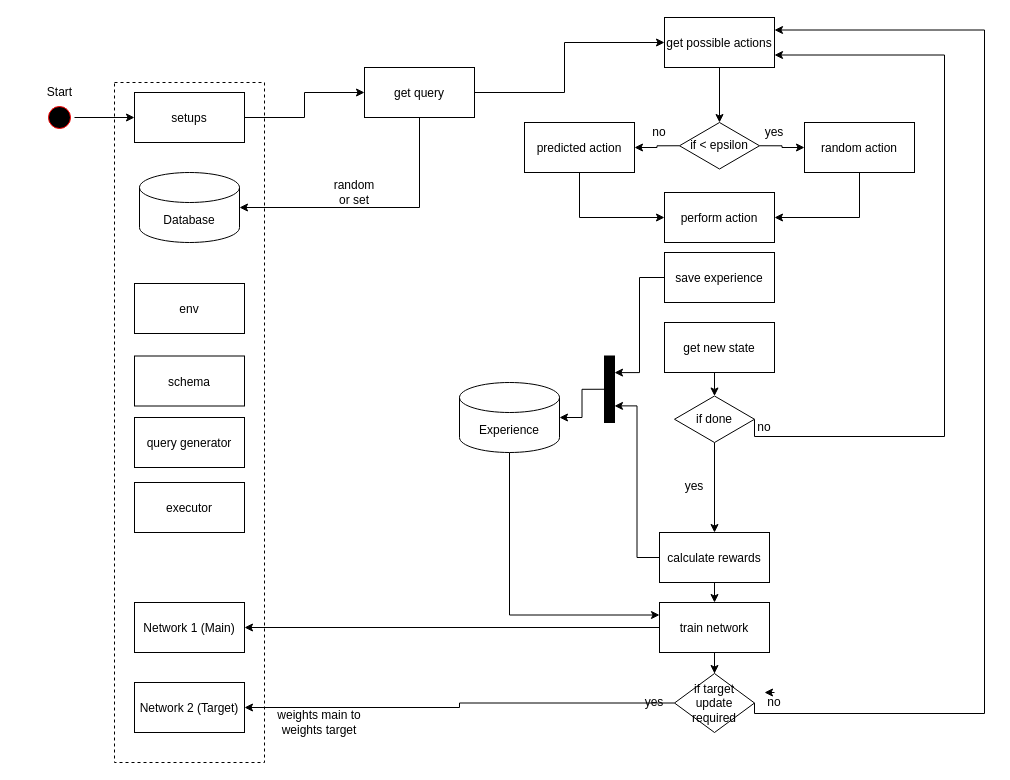
Above: RL_Flow.drawio in dsghrg/releo (draw.io), before the change. Source tidied: cells renumbered, new cells numbered last; positions are measured from the earlier drawing's top-left corner, leaving out a move shared by most shapes. Both pictures are drawn from the tidied source at 100%, with x=0, y=0 at pixel (16, 17).
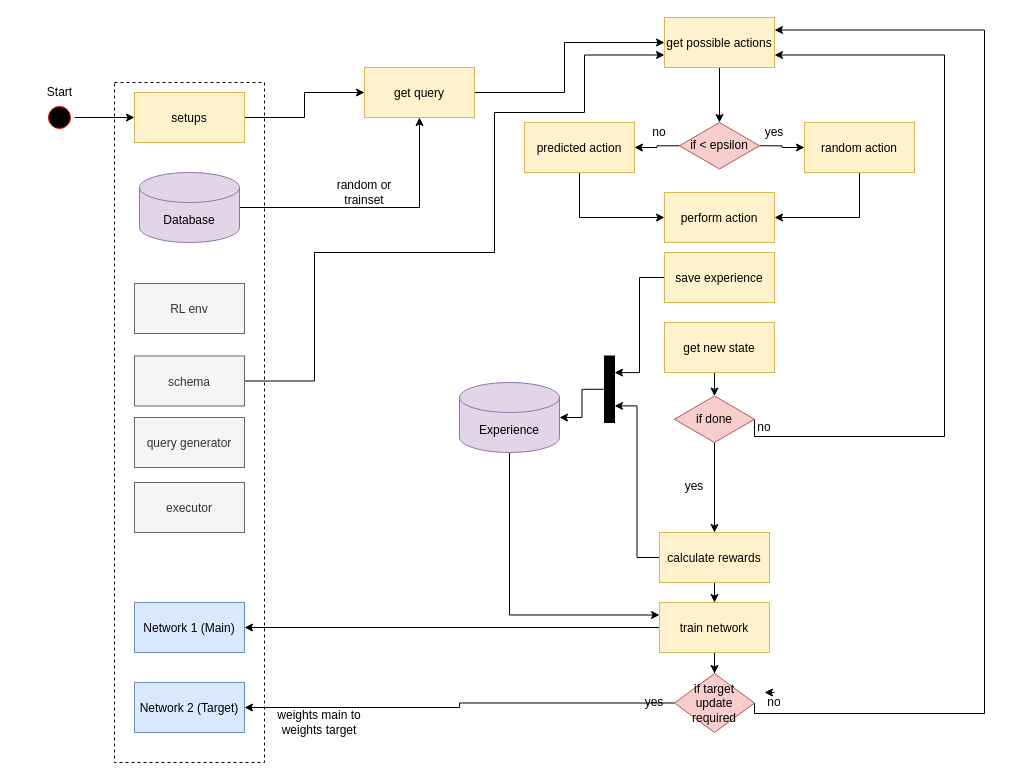
The same page after the edit.

What changed in the source:
```diff
@@
-    <mxCell id="6" value="setups" parent="1" vertex="1">
+    <mxCell id="6" value="setups" style="fillColor=#fff2cc;strokeColor=#d6b656;" parent="1" vertex="1">
       <mxGeometry x="118" y="75" width="110" height="50" as="geometry" />
     </mxCell>
@@
-    <mxCell id="8" value="env" parent="1" vertex="1">
+    <mxCell id="8" value="RL env" style="fillColor=#f5f5f5;strokeColor=#666666;fontColor=#333333;" parent="1" vertex="1">
       <mxGeometry x="118" y="266" width="110" height="50" as="geometry" />
     </mxCell>
+    <mxCell id="57" style="edgeStyle=orthogonalEdgeStyle;rounded=0;jettySize=auto;html=1;exitX=1;exitY=0.5;exitDx=0;exitDy=0;entryX=0;entryY=0.75;entryDx=0;entryDy=0;" parent="1" edge="1" source="9" target="47">
+      <mxGeometry relative="1" as="geometry">
+        <Array as="points">
+          <mxPoint x="298" y="364" />
+          <mxPoint x="298" y="235" />
+          <mxPoint x="478" y="235" />
+          <mxPoint x="478" y="95" />
+          <mxPoint x="568" y="95" />
+          <mxPoint x="568" y="38" />
+        </Array>
+      </mxGeometry>
+    </mxCell>
-    <mxCell id="9" value="schema" parent="1" vertex="1">
+    <mxCell id="9" value="schema" style="fillColor=#f5f5f5;strokeColor=#666666;fontColor=#333333;" parent="1" vertex="1">
       <mxGeometry x="118" y="338.5" width="110" height="50" as="geometry" />
     </mxCell>
-    <mxCell id="10" value="query generator" parent="1" vertex="1">
+    <mxCell id="10" value="query generator" style="fillColor=#f5f5f5;strokeColor=#666666;fontColor=#333333;" parent="1" vertex="1">
       <mxGeometry x="118" y="400" width="110" height="50" as="geometry" />
     </mxCell>
-    <mxCell id="11" value="executor" parent="1" vertex="1">
+    <mxCell id="11" value="executor" style="fillColor=#f5f5f5;strokeColor=#666666;fontColor=#333333;" parent="1" vertex="1">
       <mxGeometry x="118" y="465" width="110" height="50" as="geometry" />
     </mxCell>
-    <mxCell id="12" value="Network 1 (Main)" parent="1" vertex="1">
+    <mxCell id="12" value="Network 1 (Main)" style="fillColor=#dae8fc;strokeColor=#6c8ebf;" parent="1" vertex="1">
       <mxGeometry x="118" y="585" width="110" height="50" as="geometry" />
     </mxCell>
-    <mxCell id="13" value="Network 2 (Target)" parent="1" vertex="1">
+    <mxCell id="13" value="Network 2 (Target)" style="fillColor=#dae8fc;strokeColor=#6c8ebf;" parent="1" vertex="1">
       <mxGeometry x="118" y="665" width="110" height="50" as="geometry" />
     </mxCell>
@@
-    <mxCell id="15" value="predicted action" parent="1" vertex="1">
+    <mxCell id="15" value="predicted action" style="fillColor=#fff2cc;strokeColor=#d6b656;" parent="1" vertex="1">
       <mxGeometry x="508" y="105" width="110" height="50" as="geometry" />
     </mxCell>
-    <mxCell id="16" value="perform action" parent="1" vertex="1">
+    <mxCell id="16" value="perform action" style="fillColor=#fff2cc;strokeColor=#d6b656;" parent="1" vertex="1">
       <mxGeometry x="648" y="175" width="110" height="50" as="geometry" />
     </mxCell>
@@
-    <mxCell id="18" value="Experience" style="shape=cylinder3;whiteSpace=wrap;html=1;boundedLbl=1;backgroundOutline=1;size=15;" parent="1" vertex="1">
+    <mxCell id="18" value="Experience" style="shape=cylinder3;whiteSpace=wrap;html=1;boundedLbl=1;backgroundOutline=1;size=15;fillColor=#e1d5e7;strokeColor=#9673a6;" parent="1" vertex="1">
       <mxGeometry x="443" y="365" width="100" height="70" as="geometry" />
     </mxCell>
@@
-    <mxCell id="20" value="save experience" parent="1" vertex="1">
+    <mxCell id="20" value="save experience" style="fillColor=#fff2cc;strokeColor=#d6b656;" parent="1" vertex="1">
       <mxGeometry x="648" y="235" width="110" height="50" as="geometry" />
     </mxCell>
@@
-    <mxCell id="22" value="get new state" parent="1" vertex="1">
+    <mxCell id="22" value="get new state" style="fillColor=#fff2cc;strokeColor=#d6b656;" parent="1" vertex="1">
       <mxGeometry x="648" y="305" width="110" height="50" as="geometry" />
     </mxCell>
@@
-    <mxCell id="25" value="if done" style="rhombus;whiteSpace=wrap;html=1;" parent="1" vertex="1">
+    <mxCell id="25" value="if done" style="rhombus;whiteSpace=wrap;html=1;fillColor=#f8cecc;strokeColor=#b85450;" parent="1" vertex="1">
       <mxGeometry x="658" y="378.5" width="80" height="46.5" as="geometry" />
     </mxCell>
@@
-    <mxCell id="30" value="calculate rewards" parent="1" vertex="1">
+    <mxCell id="30" value="calculate rewards" style="fillColor=#fff2cc;strokeColor=#d6b656;" parent="1" vertex="1">
       <mxGeometry x="643" y="515" width="110" height="50" as="geometry" />
     </mxCell>
@@
-    <mxCell id="35" value="train network" parent="1" vertex="1">
+    <mxCell id="35" value="train network" style="fillColor=#fff2cc;strokeColor=#d6b656;" parent="1" vertex="1">
       <mxGeometry x="643" y="585" width="110" height="50" as="geometry" />
     </mxCell>
@@
-    <mxCell id="38" value="if target update required" style="rhombus;whiteSpace=wrap;html=1;" parent="1" vertex="1">
+    <mxCell id="38" value="if target update required" style="rhombus;whiteSpace=wrap;html=1;fillColor=#f8cecc;strokeColor=#b85450;" parent="1" vertex="1">
       <mxGeometry x="658" y="656" width="80" height="59" as="geometry" />
     </mxCell>
@@
-    <mxCell id="44" style="edgeStyle=orthogonalEdgeStyle;rounded=0;jettySize=auto;html=1;exitX=0.5;exitY=1;exitDx=0;exitDy=0;entryX=1;entryY=0.5;entryDx=0;entryDy=0;entryPerimeter=0;" parent="1" edge="1" source="45" target="55">
-      <mxGeometry relative="1" as="geometry" />
-    </mxCell>
-    <mxCell id="45" value="get query" parent="1" vertex="1">
+    <mxCell id="45" value="get query" style="fillColor=#fff2cc;strokeColor=#d6b656;" parent="1" vertex="1">
       <mxGeometry x="348" y="50" width="110" height="50" as="geometry" />
     </mxCell>
@@
-    <mxCell id="47" value="get possible actions" parent="1" vertex="1">
+    <mxCell id="47" value="get possible actions" style="fillColor=#fff2cc;strokeColor=#d6b656;" parent="1" vertex="1">
       <mxGeometry x="648" width="110" height="50" as="geometry" />
     </mxCell>
@@
-    <mxCell id="50" value="if &amp;lt; epsilon" style="rhombus;whiteSpace=wrap;html=1;" parent="1" vertex="1">
+    <mxCell id="50" value="if &amp;lt; epsilon" style="rhombus;whiteSpace=wrap;html=1;fillColor=#f8cecc;strokeColor=#b85450;" parent="1" vertex="1">
       <mxGeometry x="663" y="105" width="80" height="46.5" as="geometry" />
     </mxCell>
@@
-    <mxCell id="52" value="random action" parent="1" vertex="1">
+    <mxCell id="52" value="random action" style="fillColor=#fff2cc;strokeColor=#d6b656;" parent="1" vertex="1">
       <mxGeometry x="788" y="105" width="110" height="50" as="geometry" />
     </mxCell>
@@
+    <mxCell id="58" style="edgeStyle=orthogonalEdgeStyle;rounded=0;jettySize=auto;html=1;exitX=1;exitY=0.5;exitDx=0;exitDy=0;exitPerimeter=0;entryX=0.5;entryY=1;entryDx=0;entryDy=0;" parent="1" edge="1" source="55" target="45">
+      <mxGeometry relative="1" as="geometry" />
+    </mxCell>
-    <mxCell id="55" value="Database" style="shape=cylinder3;whiteSpace=wrap;html=1;boundedLbl=1;backgroundOutline=1;size=15;" parent="1" vertex="1">
+    <mxCell id="55" value="Database" style="shape=cylinder3;whiteSpace=wrap;html=1;boundedLbl=1;backgroundOutline=1;size=15;fillColor=#e1d5e7;strokeColor=#9673a6;" parent="1" vertex="1">
       <mxGeometry x="123" y="155" width="100" height="70" as="geometry" />
     </mxCell>
-    <mxCell id="56" value="random or set" style="text;html=1;strokeColor=none;fillColor=none;align=center;verticalAlign=middle;whiteSpace=wrap;rounded=0;dashed=1;" parent="1" vertex="1">
-      <mxGeometry x="318" y="165" width="40" height="20" as="geometry" />
+    <mxCell id="56" value="random or trainset" style="text;html=1;strokeColor=none;fillColor=none;align=center;verticalAlign=middle;whiteSpace=wrap;rounded=0;dashed=1;" parent="1" vertex="1">
+      <mxGeometry x="318" y="165" width="60" height="20" as="geometry" />
     </mxCell>
```
